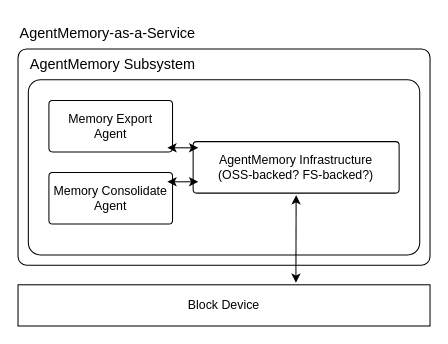
The draw.io diagram am-infra.drawio in tth37/drawio-diagrams, before the edit. Source tidied: cells renumbered, new cells numbered last; positions are measured from the earlier drawing's top-left corner, leaving out a move shared by most shapes. Both pictures are drawn from the tidied source at 103%, with x=0, y=0 at pixel (18, 18).
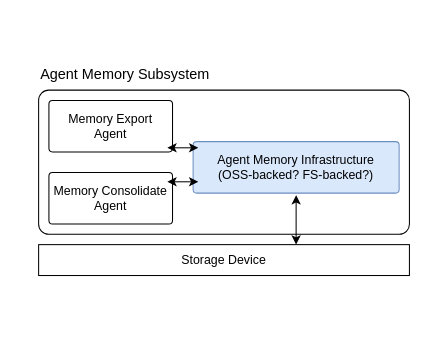
The same page after the edit.

Diff of the diagram source:
```diff
@@
 <mxGraphModel>
   <root>
     <mxCell id="0" />
     <mxCell id="1" parent="0" />
-    <mxCell id="2" style="rounded=1;whiteSpace=wrap;html=1;arcSize=4;" parent="1" vertex="1">
-      <mxGeometry y="30" width="400" height="210" as="geometry" />
-    </mxCell>
-    <mxCell id="3" value="&lt;font style=&quot;font-size: 14px;&quot;&gt;AgentMemory-as-a-Service&lt;/font&gt;" style="text;html=1;align=left;verticalAlign=middle;whiteSpace=wrap;rounded=0;" parent="1" vertex="1">
-      <mxGeometry width="190" height="30" as="geometry" />
-    </mxCell>
     <mxCell id="4" style="rounded=1;whiteSpace=wrap;html=1;arcSize=7;" parent="1" vertex="1">
-      <mxGeometry x="10" y="60" width="380" height="170" as="geometry" />
+      <mxGeometry x="20" y="70" width="360" height="140" as="geometry" />
     </mxCell>
-    <mxCell id="5" value="&lt;font style=&quot;font-size: 14px;&quot;&gt;AgentMemory Subsystem&lt;/font&gt;" style="text;html=1;align=left;verticalAlign=middle;whiteSpace=wrap;rounded=0;" parent="1" vertex="1">
-      <mxGeometry x="10" y="30" width="190" height="30" as="geometry" />
+    <mxCell id="5" value="&lt;font style=&quot;font-size: 14px;&quot;&gt;Agent Memory Subsystem&lt;/font&gt;" style="text;html=1;align=left;verticalAlign=middle;whiteSpace=wrap;rounded=0;" parent="1" vertex="1">
+      <mxGeometry x="20" y="40" width="190" height="30" as="geometry" />
     </mxCell>
     <mxCell id="6" value="Memory Export&lt;div&gt;Agent&lt;/div&gt;" style="rounded=1;whiteSpace=wrap;html=1;arcSize=7;" parent="1" vertex="1">
       <mxGeometry x="30" y="80" width="120" height="50" as="geometry" />
     </mxCell>
     <mxCell id="7" value="Memory Consolidate&lt;div&gt;Agent&lt;/div&gt;" style="rounded=1;whiteSpace=wrap;html=1;arcSize=7;" parent="1" vertex="1">
       <mxGeometry x="30" y="150" width="120" height="50" as="geometry" />
     </mxCell>
-    <mxCell id="8" value="AgentMemory Infrastructure&lt;div&gt;(OSS-backed? FS-backed?)&lt;/div&gt;" style="rounded=1;whiteSpace=wrap;html=1;arcSize=7;" parent="1" vertex="1">
+    <mxCell id="8" value="Agent Memory Infrastructure&lt;div&gt;(OSS-backed? FS-backed?)&lt;/div&gt;" style="rounded=1;whiteSpace=wrap;html=1;arcSize=7;fillColor=#dae8fc;strokeColor=#6c8ebf;" parent="1" vertex="1">
       <mxGeometry x="170" y="120" width="200" height="50" as="geometry" />
     </mxCell>
-    <mxCell id="9" value="Block Device" style="rounded=0;whiteSpace=wrap;html=1;" parent="1" vertex="1">
-      <mxGeometry y="259" width="400" height="40" as="geometry" />
+    <mxCell id="9" value="Storage Device" style="rounded=0;whiteSpace=wrap;html=1;" parent="1" vertex="1">
+      <mxGeometry x="20" y="220" width="360" height="30" as="geometry" />
     </mxCell>
     <mxCell id="10" style="endArrow=classic;startArrow=classic;html=1;rounded=0;" parent="1" edge="1">
       <mxGeometry relative="1" as="geometry">
         <mxPoint x="270" y="172" as="sourcePoint" />
-        <mxPoint x="269.8" y="257" as="targetPoint" />
+        <mxPoint x="270" y="220" as="targetPoint" />
       </mxGeometry>
     </mxCell>
     <mxCell id="11" style="endArrow=classic;startArrow=classic;html=1;rounded=0;" parent="1" edge="1">
       <mxGeometry relative="1" as="geometry">
         <mxPoint x="145" y="126" as="sourcePoint" />
         <mxPoint x="175" y="126" as="targetPoint" />
       </mxGeometry>
     </mxCell>
     <mxCell id="12" style="endArrow=classic;startArrow=classic;html=1;rounded=0;" parent="1" edge="1">
       <mxGeometry relative="1" as="geometry">
         <mxPoint x="145" y="159" as="sourcePoint" />
         <mxPoint x="175" y="159" as="targetPoint" />
       </mxGeometry>
     </mxCell>
   </root>
 </mxGraphModel>
```
